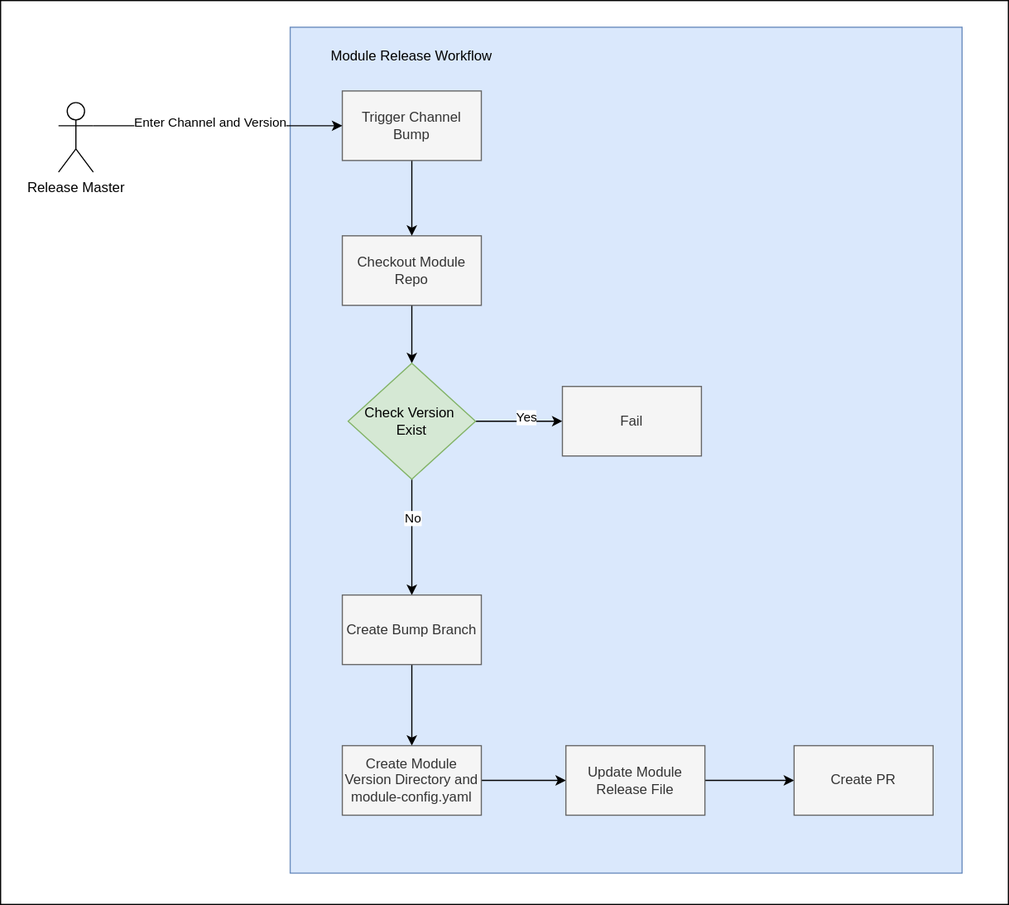
kyma-project/telemetry-manager keeps this draw.io diagram as docs/contributor/assets/auditable-release-module-release.drawio.svg. Above is the earlier version. Source tidied: cells renumbered, new cells last; positions are measured from the earlier drawing's top-left corner, leaving out a move shared by most shapes.
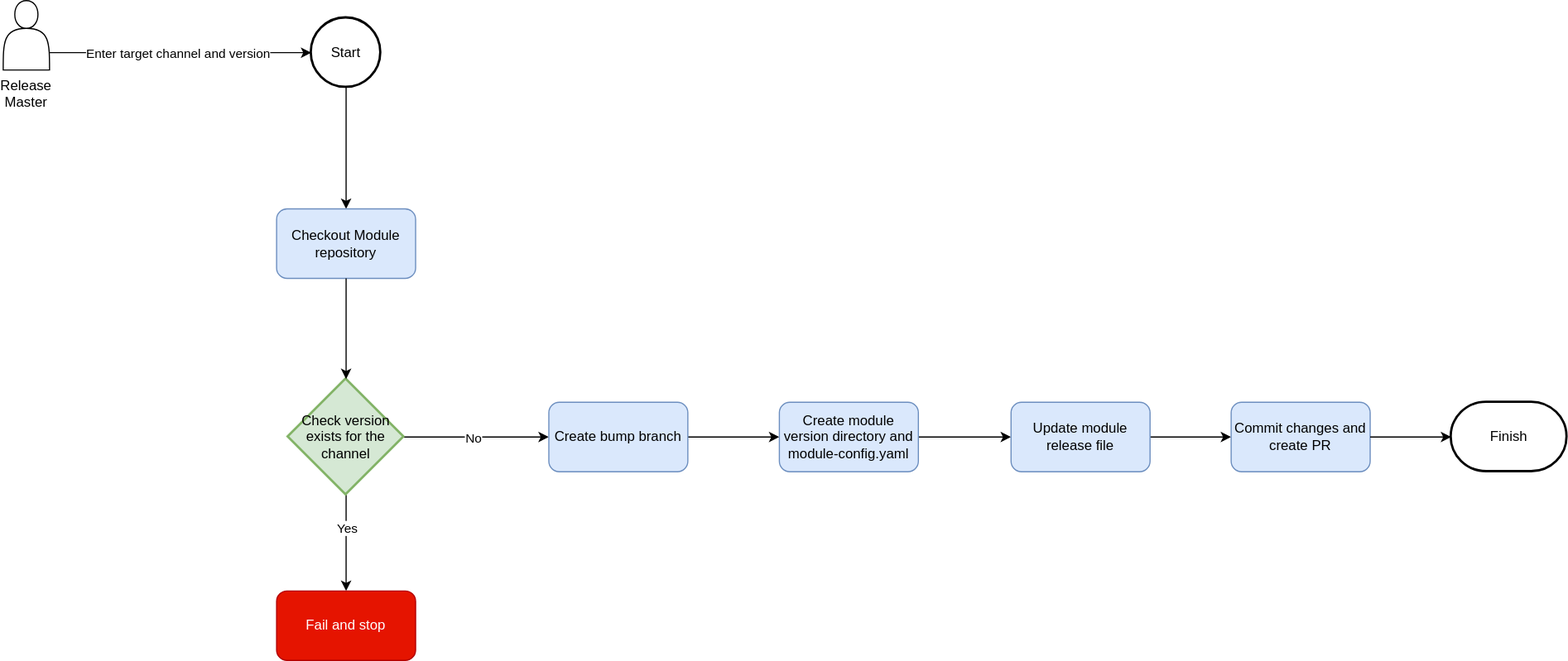
The same file after the commit.

Change to the diagram source:
```diff
@@ -2,76 +2,73 @@
   <root>
     <mxCell id="0" />
     <mxCell id="1" parent="0" />
-    <mxCell id="2" style="rounded=0;whiteSpace=wrap;html=1;" parent="1" vertex="1">
-      <mxGeometry width="870" height="780" as="geometry" />
-    </mxCell>
-    <mxCell id="3" style="rounded=0;whiteSpace=wrap;html=1;fillColor=#dae8fc;strokeColor=#6c8ebf;" parent="1" vertex="1">
-      <mxGeometry x="250" y="23" width="580" height="730" as="geometry" />
-    </mxCell>
-    <mxCell id="4" style="edgeStyle=orthogonalEdgeStyle;rounded=0;jettySize=auto;html=1;exitX=0.5;exitY=1;exitDx=0;exitDy=0;entryX=0.5;entryY=0;entryDx=0;entryDy=0;" parent="1" edge="1" source="5" target="10">
-      <mxGeometry relative="1" as="geometry" />
-    </mxCell>
-    <mxCell id="5" value="Checkout Module Repo" style="rounded=0;whiteSpace=wrap;html=1;fillColor=#f5f5f5;fontColor=#333333;strokeColor=#666666;" parent="1" vertex="1">
-      <mxGeometry x="295" y="203" width="120" height="60" as="geometry" />
-    </mxCell>
-    <mxCell id="6" style="edgeStyle=orthogonalEdgeStyle;rounded=0;jettySize=auto;html=1;exitX=1;exitY=0.5;exitDx=0;exitDy=0;entryX=0;entryY=0.5;entryDx=0;entryDy=0;" parent="1" edge="1" source="10" target="11">
-      <mxGeometry relative="1" as="geometry" />
-    </mxCell>
+    <mxCell id="24" value="Release Master" style="shape=actor;whiteSpace=wrap;html=1;labelPosition=center;verticalLabelPosition=bottom;align=center;verticalAlign=top;" parent="1" vertex="1">
+      <mxGeometry x="50" y="88" width="40" height="60" as="geometry" />
+    </mxCell>
+    <mxCell id="25" style="edgeStyle=orthogonalEdgeStyle;rounded=0;jettySize=auto;html=1;exitX=0.5;exitY=1;exitDx=0;exitDy=0;exitPerimeter=0;entryX=0.5;entryY=0;entryDx=0;entryDy=0;" parent="1" edge="1" source="26" target="29">
+      <mxGeometry relative="1" as="geometry" />
+    </mxCell>
+    <mxCell id="26" value="Start" style="strokeWidth=2;html=1;shape=mxgraph.flowchart.start_2;whiteSpace=wrap;" parent="1" vertex="1">
+      <mxGeometry x="316" y="103" width="60" height="60" as="geometry" />
+    </mxCell>
+    <mxCell id="27" style="edgeStyle=orthogonalEdgeStyle;rounded=0;jettySize=auto;html=1;exitX=1;exitY=0.75;exitDx=0;exitDy=0;entryX=0;entryY=0.5;entryDx=0;entryDy=0;entryPerimeter=0;" parent="1" edge="1" source="24" target="26">
+      <mxGeometry relative="1" as="geometry" />
+    </mxCell>
+    <mxCell id="28" value="Enter target channel and version" style="edgeLabel;html=1;align=center;verticalAlign=middle;" parent="27" vertex="1">
+      <mxGeometry x="-0.26" y="1" relative="1" as="geometry">
+        <mxPoint x="26" y="1" as="offset" />
+      </mxGeometry>
+    </mxCell>
+    <mxCell id="29" value="Checkout Module repository" style="rounded=1;whiteSpace=wrap;html=1;fillColor=#dae8fc;strokeColor=#6c8ebf;" parent="1" vertex="1">
+      <mxGeometry x="286" y="268" width="120" height="60" as="geometry" />
+    </mxCell>
+    <mxCell id="30" style="edgeStyle=orthogonalEdgeStyle;rounded=0;jettySize=auto;html=1;exitX=0.5;exitY=1;exitDx=0;exitDy=0;exitPerimeter=0;entryX=0.5;entryY=0;entryDx=0;entryDy=0;" parent="1" edge="1" source="32" target="36">
+      <mxGeometry relative="1" as="geometry" />
+    </mxCell>
-    <mxCell id="7" value="Yes" style="edgeLabel;html=1;align=center;verticalAlign=middle;" parent="6" vertex="1">
-      <mxGeometry x="0.15" y="4" relative="1" as="geometry" />
+    <mxCell id="7" value="Yes" style="edgeLabel;html=1;align=center;verticalAlign=middle;" parent="30" vertex="1">
+      <mxGeometry x="-0.33" relative="1" as="geometry" />
     </mxCell>
-    <mxCell id="8" style="edgeStyle=orthogonalEdgeStyle;rounded=0;jettySize=auto;html=1;exitX=0.5;exitY=1;exitDx=0;exitDy=0;entryX=0.5;entryY=0;entryDx=0;entryDy=0;" parent="1" edge="1" source="10" target="13">
-      <mxGeometry relative="1" as="geometry" />
-    </mxCell>
+    <mxCell id="31" style="edgeStyle=orthogonalEdgeStyle;rounded=0;jettySize=auto;html=1;exitX=1;exitY=0.5;exitDx=0;exitDy=0;exitPerimeter=0;entryX=0;entryY=0.5;entryDx=0;entryDy=0;" parent="1" edge="1" source="32" target="35">
+      <mxGeometry relative="1" as="geometry" />
+    </mxCell>
-    <mxCell id="9" value="No" style="edgeLabel;html=1;align=center;verticalAlign=middle;" parent="8" vertex="1">
-      <mxGeometry x="-0.34" relative="1" as="geometry" />
+    <mxCell id="9" value="No" style="edgeLabel;html=1;align=center;verticalAlign=middle;" parent="31" vertex="1">
+      <mxGeometry x="-0.06" relative="1" as="geometry" />
     </mxCell>
-    <mxCell id="10" value="Check Version&amp;nbsp;&lt;div&gt;Exist&lt;/div&gt;" style="rhombus;whiteSpace=wrap;html=1;fillColor=#d5e8d4;strokeColor=#82b366;" parent="1" vertex="1">
-      <mxGeometry x="300" y="313" width="110" height="100" as="geometry" />
-    </mxCell>
-    <mxCell id="11" value="Fail" style="rounded=0;whiteSpace=wrap;html=1;fillColor=#f5f5f5;fontColor=#333333;strokeColor=#666666;" parent="1" vertex="1">
-      <mxGeometry x="485" y="333" width="120" height="60" as="geometry" />
-    </mxCell>
-    <mxCell id="12" style="edgeStyle=orthogonalEdgeStyle;rounded=0;jettySize=auto;html=1;exitX=0.5;exitY=1;exitDx=0;exitDy=0;" parent="1" edge="1" source="13" target="17">
-      <mxGeometry relative="1" as="geometry" />
-    </mxCell>
-    <mxCell id="13" value="Create Bump Branch" style="rounded=0;whiteSpace=wrap;html=1;fillColor=#f5f5f5;fontColor=#333333;strokeColor=#666666;" parent="1" vertex="1">
-      <mxGeometry x="295" y="513" width="120" height="60" as="geometry" />
-    </mxCell>
-    <mxCell id="14" style="edgeStyle=orthogonalEdgeStyle;rounded=0;jettySize=auto;html=1;exitX=0.5;exitY=1;exitDx=0;exitDy=0;entryX=0.5;entryY=0;entryDx=0;entryDy=0;" parent="1" edge="1" source="15" target="5">
-      <mxGeometry relative="1" as="geometry" />
-    </mxCell>
-    <mxCell id="15" value="Trigger Channel Bump" style="rounded=0;whiteSpace=wrap;html=1;fillColor=#f5f5f5;fontColor=#333333;strokeColor=#666666;" parent="1" vertex="1">
-      <mxGeometry x="295" y="78" width="120" height="60" as="geometry" />
-    </mxCell>
-    <mxCell id="16" style="edgeStyle=orthogonalEdgeStyle;rounded=0;jettySize=auto;html=1;exitX=1;exitY=0.5;exitDx=0;exitDy=0;entryX=0;entryY=0.5;entryDx=0;entryDy=0;" parent="1" edge="1" source="17" target="19">
-      <mxGeometry relative="1" as="geometry" />
-    </mxCell>
-    <mxCell id="17" value="Create Module Version Directory and module-config.yaml" style="rounded=0;whiteSpace=wrap;html=1;fillColor=#f5f5f5;fontColor=#333333;strokeColor=#666666;" parent="1" vertex="1">
-      <mxGeometry x="295" y="643" width="120" height="60" as="geometry" />
-    </mxCell>
-    <mxCell id="18" style="edgeStyle=orthogonalEdgeStyle;rounded=0;jettySize=auto;html=1;exitX=1;exitY=0.5;exitDx=0;exitDy=0;entryX=0;entryY=0.5;entryDx=0;entryDy=0;" parent="1" edge="1" source="19" target="20">
-      <mxGeometry relative="1" as="geometry" />
-    </mxCell>
-    <mxCell id="19" value="Update Module Release File" style="rounded=0;whiteSpace=wrap;html=1;fillColor=#f5f5f5;fontColor=#333333;strokeColor=#666666;" parent="1" vertex="1">
-      <mxGeometry x="488" y="643" width="120" height="60" as="geometry" />
-    </mxCell>
-    <mxCell id="20" value="Create PR" style="rounded=0;whiteSpace=wrap;html=1;fillColor=#f5f5f5;fontColor=#333333;strokeColor=#666666;" parent="1" vertex="1">
-      <mxGeometry x="685" y="643" width="120" height="60" as="geometry" />
-    </mxCell>
-    <mxCell id="21" value="Module Release Workflow" style="text;html=1;whiteSpace=wrap;strokeColor=none;fillColor=none;align=center;verticalAlign=middle;rounded=0;" parent="1" vertex="1">
-      <mxGeometry x="270" y="33" width="170" height="30" as="geometry" />
-    </mxCell>
-    <mxCell id="22" style="edgeStyle=orthogonalEdgeStyle;rounded=0;jettySize=auto;html=1;exitX=1;exitY=0.3333333333333333;exitDx=0;exitDy=0;exitPerimeter=0;entryX=0;entryY=0.5;entryDx=0;entryDy=0;" parent="1" edge="1" source="24" target="15">
-      <mxGeometry relative="1" as="geometry" />
-    </mxCell>
-    <mxCell id="23" value="Enter Channel and Version" style="edgeLabel;html=1;align=center;verticalAlign=middle;" parent="22" vertex="1">
-      <mxGeometry x="-0.28" y="4" relative="1" as="geometry">
-        <mxPoint x="22" as="offset" />
-      </mxGeometry>
-    </mxCell>
-    <mxCell id="24" value="Release Master" style="shape=umlActor;verticalLabelPosition=bottom;verticalAlign=top;html=1;outlineConnect=0;" parent="1" vertex="1">
-      <mxGeometry x="50" y="88" width="30" height="60" as="geometry" />
-    </mxCell>
+    <mxCell id="32" value="Check version exists for the channel" style="strokeWidth=2;html=1;shape=mxgraph.flowchart.decision;whiteSpace=wrap;fillColor=#d5e8d4;strokeColor=#82b366;" parent="1" vertex="1">
+      <mxGeometry x="296" y="415" width="100" height="100" as="geometry" />
+    </mxCell>
+    <mxCell id="33" style="edgeStyle=orthogonalEdgeStyle;rounded=0;jettySize=auto;html=1;exitX=0.5;exitY=1;exitDx=0;exitDy=0;entryX=0.5;entryY=0;entryDx=0;entryDy=0;entryPerimeter=0;" parent="1" edge="1" source="29" target="32">
+      <mxGeometry relative="1" as="geometry" />
+    </mxCell>
+    <mxCell id="34" style="edgeStyle=orthogonalEdgeStyle;rounded=0;jettySize=auto;html=1;exitX=1;exitY=0.5;exitDx=0;exitDy=0;entryX=0;entryY=0.5;entryDx=0;entryDy=0;" parent="1" edge="1" source="35" target="38">
+      <mxGeometry relative="1" as="geometry" />
+    </mxCell>
+    <mxCell id="35" value="Create bump branch" style="rounded=1;whiteSpace=wrap;html=1;fillColor=#dae8fc;strokeColor=#6c8ebf;" parent="1" vertex="1">
+      <mxGeometry x="521" y="435" width="120" height="60" as="geometry" />
+    </mxCell>
+    <mxCell id="36" value="Fail and stop" style="rounded=1;whiteSpace=wrap;html=1;fillColor=#e51400;fontColor=#ffffff;strokeColor=#B20000;" parent="1" vertex="1">
+      <mxGeometry x="286" y="598" width="120" height="60" as="geometry" />
+    </mxCell>
+    <mxCell id="37" style="edgeStyle=orthogonalEdgeStyle;rounded=0;jettySize=auto;html=1;exitX=1;exitY=0.5;exitDx=0;exitDy=0;entryX=0;entryY=0.5;entryDx=0;entryDy=0;" parent="1" edge="1" source="38" target="40">
+      <mxGeometry relative="1" as="geometry" />
+    </mxCell>
+    <mxCell id="38" value="Create module version directory and module-config.yaml" style="rounded=1;whiteSpace=wrap;html=1;fillColor=#dae8fc;strokeColor=#6c8ebf;" parent="1" vertex="1">
+      <mxGeometry x="720" y="435" width="120" height="60" as="geometry" />
+    </mxCell>
+    <mxCell id="39" style="edgeStyle=orthogonalEdgeStyle;rounded=0;jettySize=auto;html=1;exitX=1;exitY=0.5;exitDx=0;exitDy=0;entryX=0;entryY=0.5;entryDx=0;entryDy=0;" parent="1" edge="1" source="40" target="41">
+      <mxGeometry relative="1" as="geometry" />
+    </mxCell>
+    <mxCell id="40" value="Update module release file" style="rounded=1;whiteSpace=wrap;html=1;fillColor=#dae8fc;strokeColor=#6c8ebf;" parent="1" vertex="1">
+      <mxGeometry x="920" y="435" width="120" height="60" as="geometry" />
+    </mxCell>
+    <mxCell id="41" value="Commit changes and create PR" style="rounded=1;whiteSpace=wrap;html=1;fillColor=#dae8fc;strokeColor=#6c8ebf;" parent="1" vertex="1">
+      <mxGeometry x="1110" y="435" width="120" height="60" as="geometry" />
+    </mxCell>
+    <mxCell id="42" value="Finish" style="strokeWidth=2;html=1;shape=mxgraph.flowchart.terminator;whiteSpace=wrap;" parent="1" vertex="1">
+      <mxGeometry x="1300" y="435" width="100" height="60" as="geometry" />
+    </mxCell>
+    <mxCell id="43" style="edgeStyle=orthogonalEdgeStyle;rounded=0;jettySize=auto;html=1;exitX=1;exitY=0.5;exitDx=0;exitDy=0;entryX=0;entryY=0.5;entryDx=0;entryDy=0;entryPerimeter=0;" parent="1" edge="1" source="41" target="42">
+      <mxGeometry relative="1" as="geometry" />
+    </mxCell>
   </root>
 </mxGraphModel>
```
